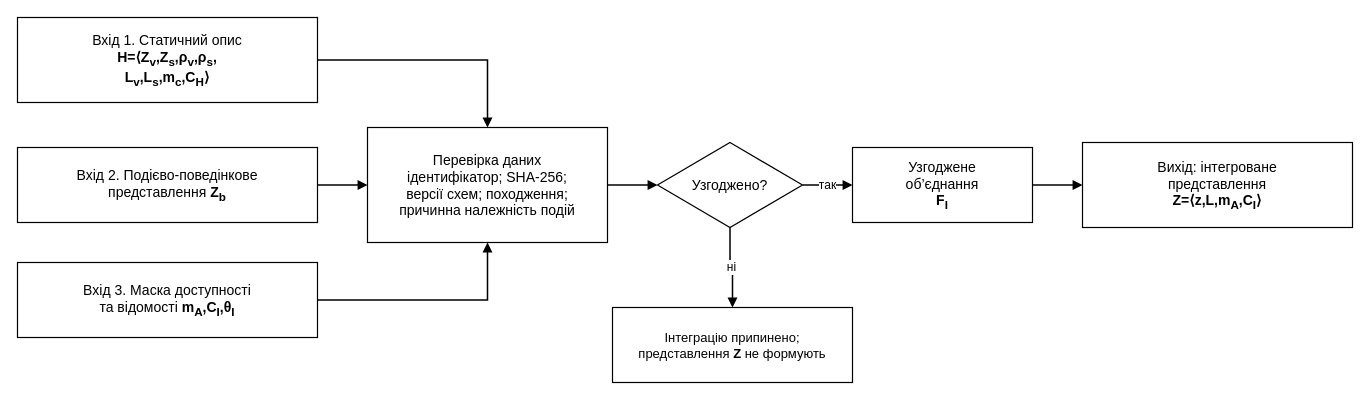
Before: title/figures_drawio/fig_2_3_multimodal_feature_space.drawio in oleksandrmelnychenko/dima-phd, a draw.io diagram. Source tidied: cells renumbered, new cells numbered last; positions are measured from the earlier drawing's top-left corner, leaving out a move shared by most shapes. Both pictures are drawn from the tidied source at 100%, with x=0, y=0 at pixel (17, 17).
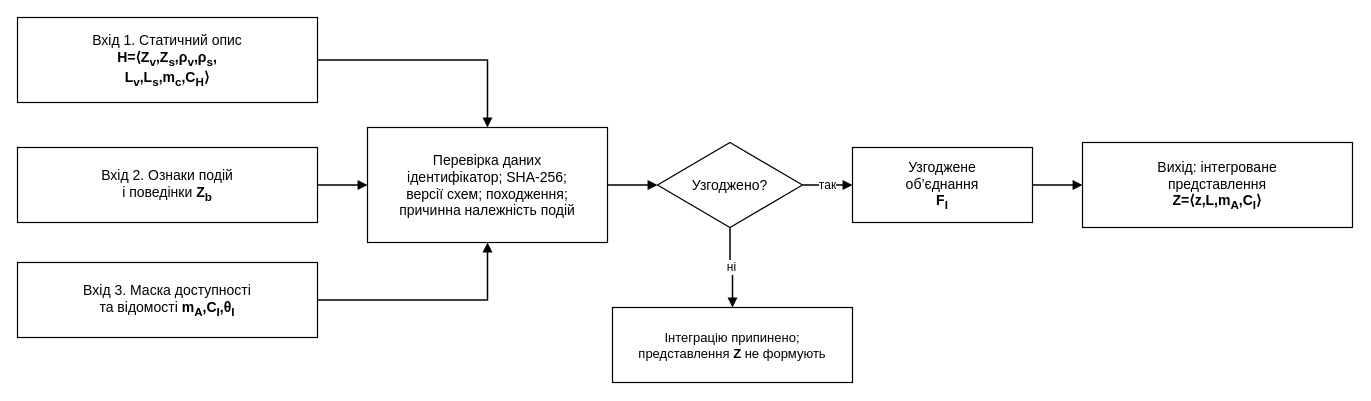
Above is the later version.

What changed in the source:
```diff
@@
 <mxGraphModel>
   <root>
     <mxCell id="0" />
     <mxCell id="1" parent="0" />
     <mxCell id="2" value="Вхід 1. Статичний опис&lt;br&gt;&lt;b&gt;H=⟨Z&lt;sub&gt;v&lt;/sub&gt;,Z&lt;sub&gt;s&lt;/sub&gt;,ρ&lt;sub&gt;v&lt;/sub&gt;,ρ&lt;sub&gt;s&lt;/sub&gt;,&lt;br&gt;L&lt;sub&gt;v&lt;/sub&gt;,L&lt;sub&gt;s&lt;/sub&gt;,m&lt;sub&gt;c&lt;/sub&gt;,C&lt;sub&gt;H&lt;/sub&gt;⟩&lt;/b&gt;" style="rounded=0;whiteSpace=wrap;html=1;fillColor=#ffffff;strokeColor=#000000;strokeWidth=1.2;fontColor=#000000;fontSize=14;align=center;verticalAlign=middle;spacing=8;" parent="1" vertex="1">
       <mxGeometry width="300" height="85" as="geometry" />
     </mxCell>
-    <mxCell id="3" value="Вхід 2. Подієво-поведінкове&lt;br&gt;представлення &lt;b&gt;Z&lt;sub&gt;b&lt;/sub&gt;&lt;/b&gt;" style="rounded=0;whiteSpace=wrap;html=1;fillColor=#ffffff;strokeColor=#000000;strokeWidth=1.2;fontColor=#000000;fontSize=14;align=center;verticalAlign=middle;spacing=8;" parent="1" vertex="1">
+    <mxCell id="3" value="Вхід 2. Ознаки подій&lt;br&gt;і поведінки &lt;b&gt;Z&lt;sub&gt;b&lt;/sub&gt;&lt;/b&gt;" style="rounded=0;whiteSpace=wrap;html=1;fillColor=#ffffff;strokeColor=#000000;strokeWidth=1.2;fontColor=#000000;fontSize=14;align=center;verticalAlign=middle;spacing=8;" parent="1" vertex="1">
       <mxGeometry y="130" width="300" height="75" as="geometry" />
     </mxCell>
     <mxCell id="4" value="Вхід 3. Маска доступності&lt;br&gt;та відомості &lt;b&gt;m&lt;sub&gt;A&lt;/sub&gt;,C&lt;sub&gt;I&lt;/sub&gt;,θ&lt;sub&gt;I&lt;/sub&gt;&lt;/b&gt;" style="rounded=0;whiteSpace=wrap;html=1;fillColor=#ffffff;strokeColor=#000000;strokeWidth=1.2;fontColor=#000000;fontSize=14;align=center;verticalAlign=middle;spacing=8;" parent="1" vertex="1">
       <mxGeometry y="245" width="300" height="75" as="geometry" />
     </mxCell>
     <mxCell id="5" value="Перевірка даних&lt;br&gt;ідентифікатор; SHA-256;&lt;br&gt;версії схем; походження;&lt;br&gt;причинна належність подій" style="rounded=0;whiteSpace=wrap;html=1;fillColor=#ffffff;strokeColor=#000000;strokeWidth=1.2;fontColor=#000000;fontSize=14;align=center;verticalAlign=middle;spacing=7;" parent="1" vertex="1">
       <mxGeometry x="350" y="110" width="240" height="115" as="geometry" />
     </mxCell>
     <mxCell id="6" value="Узгоджено?" style="rhombus;whiteSpace=wrap;html=1;fillColor=#ffffff;strokeColor=#000000;strokeWidth=1.2;fontColor=#000000;fontSize=14;align=center;verticalAlign=middle;spacing=4;" parent="1" vertex="1">
       <mxGeometry x="640" y="125" width="145" height="85" as="geometry" />
     </mxCell>
     <mxCell id="7" value="Узгоджене&lt;br&gt;об’єднання&lt;br&gt;&lt;b&gt;F&lt;sub&gt;I&lt;/sub&gt;&lt;/b&gt;" style="rounded=0;whiteSpace=wrap;html=1;fillColor=#ffffff;strokeColor=#000000;strokeWidth=1.2;fontColor=#000000;fontSize=14;align=center;verticalAlign=middle;spacing=7;" parent="1" vertex="1">
       <mxGeometry x="835" y="130" width="180" height="75" as="geometry" />
     </mxCell>
     <mxCell id="8" value="Вихід: інтегроване&lt;br&gt;представлення&lt;br&gt;&lt;b&gt;Z=⟨z,L,m&lt;sub&gt;A&lt;/sub&gt;,C&lt;sub&gt;I&lt;/sub&gt;⟩&lt;/b&gt;" style="rounded=0;whiteSpace=wrap;html=1;fillColor=#ffffff;strokeColor=#000000;strokeWidth=1.2;fontColor=#000000;fontSize=14;align=center;verticalAlign=middle;spacing=7;" parent="1" vertex="1">
       <mxGeometry x="1065" y="125" width="270" height="85" as="geometry" />
     </mxCell>
     <mxCell id="9" value="Інтеграцію припинено;&lt;br&gt;представлення &lt;b&gt;Z&lt;/b&gt; не формують" style="rounded=0;whiteSpace=wrap;html=1;fillColor=#ffffff;strokeColor=#000000;strokeWidth=1.2;fontColor=#000000;fontSize=13;align=center;verticalAlign=middle;spacing=7;" parent="1" vertex="1">
       <mxGeometry x="595" y="290" width="240" height="75" as="geometry" />
     </mxCell>
     <mxCell id="10" style="edgeStyle=orthogonalEdgeStyle;rounded=0;jettySize=auto;html=1;endArrow=block;endFill=1;strokeColor=#000000;strokeWidth=1.5;" parent="1" edge="1" source="2" target="5">
       <mxGeometry relative="1" as="geometry" />
     </mxCell>
     <mxCell id="11" style="edgeStyle=orthogonalEdgeStyle;rounded=0;jettySize=auto;html=1;endArrow=block;endFill=1;strokeColor=#000000;strokeWidth=1.5;" parent="1" edge="1" source="3" target="5">
       <mxGeometry relative="1" as="geometry" />
     </mxCell>
     <mxCell id="12" style="edgeStyle=orthogonalEdgeStyle;rounded=0;jettySize=auto;html=1;endArrow=block;endFill=1;strokeColor=#000000;strokeWidth=1.5;" parent="1" edge="1" source="4" target="5">
       <mxGeometry relative="1" as="geometry" />
     </mxCell>
     <mxCell id="13" style="edgeStyle=orthogonalEdgeStyle;rounded=0;jettySize=auto;html=1;endArrow=block;endFill=1;strokeColor=#000000;strokeWidth=1.5;" parent="1" edge="1" source="5" target="6">
       <mxGeometry relative="1" as="geometry" />
     </mxCell>
     <mxCell id="14" value="так" style="edgeStyle=orthogonalEdgeStyle;rounded=0;jettySize=auto;html=1;endArrow=block;endFill=1;strokeColor=#000000;strokeWidth=1.5;fontSize=12;labelBackgroundColor=#ffffff;" parent="1" edge="1" source="6" target="7">
       <mxGeometry relative="1" as="geometry" />
     </mxCell>
     <mxCell id="15" style="edgeStyle=orthogonalEdgeStyle;rounded=0;jettySize=auto;html=1;endArrow=block;endFill=1;strokeColor=#000000;strokeWidth=1.5;" parent="1" edge="1" source="7" target="8">
       <mxGeometry relative="1" as="geometry" />
     </mxCell>
     <mxCell id="16" value="ні" style="edgeStyle=orthogonalEdgeStyle;rounded=0;jettySize=auto;html=1;endArrow=block;endFill=1;strokeColor=#000000;strokeWidth=1.5;fontSize=12;labelBackgroundColor=#ffffff;" parent="1" edge="1" source="6" target="9">
       <mxGeometry relative="1" as="geometry" />
     </mxCell>
   </root>
 </mxGraphModel>
```
